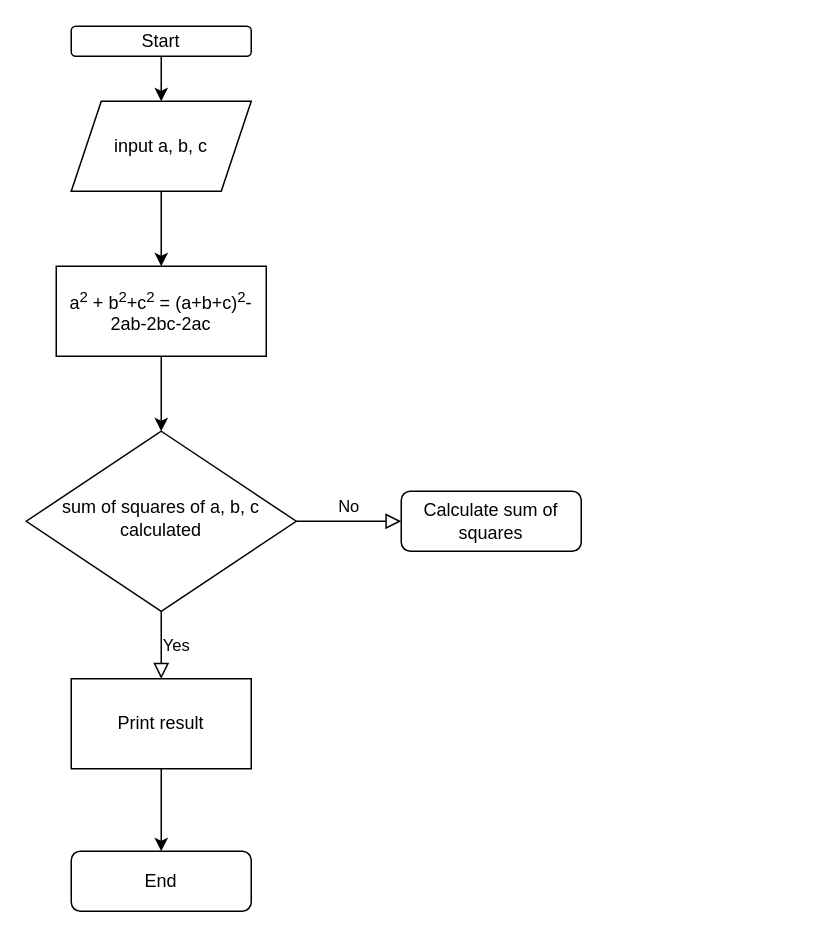
Before: Untitled Diagram.drawio in Jethropila/Jethropila, a draw.io diagram. Source tidied: cells renumbered, new cells numbered last; positions are measured from the earlier drawing's top-left corner, leaving out a move shared by most shapes. Both pictures are drawn from the tidied source at 150%, with x=0, y=0 at pixel (26, 26).
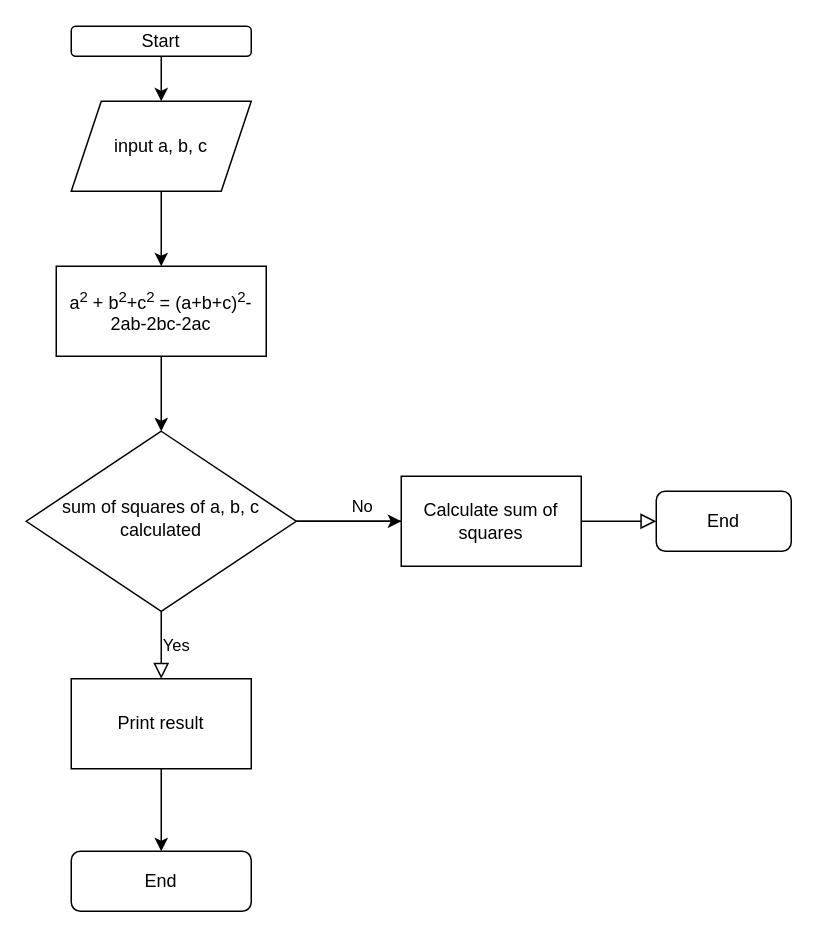
The same page after the edit.

Commit message:
Map your Mind

The edit, as a diff of the source:
```diff
@@
 <mxGraphModel>
   <root>
     <mxCell id="0" />
     <mxCell id="1" parent="0" />
     <mxCell id="2" style="edgeStyle=orthogonalEdgeStyle;rounded=0;jettySize=auto;html=1;" parent="1" edge="1" source="3" target="9">
       <mxGeometry relative="1" as="geometry" />
     </mxCell>
     <mxCell id="3" value="Start" style="rounded=1;whiteSpace=wrap;html=1;fontSize=12;glass=0;strokeWidth=1;shadow=0;" parent="1" vertex="1">
       <mxGeometry x="30" width="120" height="20" as="geometry" />
     </mxCell>
     <mxCell id="4" value="No" style="edgeStyle=orthogonalEdgeStyle;rounded=0;html=1;jettySize=auto;fontSize=11;endArrow=block;endFill=0;endSize=8;strokeWidth=1;shadow=0;labelBackgroundColor=none;" parent="1" edge="1" source="5" target="6">
-      <mxGeometry y="10" relative="1" as="geometry" />
+      <mxGeometry x="-0.63" y="10" relative="1" as="geometry" />
     </mxCell>
+    <mxCell id="15" style="edgeStyle=orthogonalEdgeStyle;rounded=0;jettySize=auto;html=1;" parent="1" edge="1" source="5" target="16">
+      <mxGeometry relative="1" as="geometry" />
+    </mxCell>
     <mxCell id="5" value="&lt;div&gt;sum of squares of a, b, c&lt;/div&gt;&lt;div&gt;calculated&lt;br&gt;&lt;/div&gt;" style="rhombus;whiteSpace=wrap;html=1;shadow=0;fontFamily=Helvetica;fontSize=12;align=center;strokeWidth=1;spacing=6;spacingTop=-4;" parent="1" vertex="1">
       <mxGeometry y="270" width="180" height="120" as="geometry" />
     </mxCell>
-    <mxCell id="6" value="Calculate sum of squares" style="rounded=1;whiteSpace=wrap;html=1;fontSize=12;glass=0;strokeWidth=1;shadow=0;" parent="1" vertex="1">
-      <mxGeometry x="250" y="310" width="120" height="40" as="geometry" />
+    <mxCell id="6" value="End" style="rounded=1;whiteSpace=wrap;html=1;fontSize=12;glass=0;strokeWidth=1;shadow=0;" parent="1" vertex="1">
+      <mxGeometry x="420" y="310" width="90" height="40" as="geometry" />
     </mxCell>
     <mxCell id="7" value="End" style="rounded=1;whiteSpace=wrap;html=1;fontSize=12;glass=0;strokeWidth=1;shadow=0;" parent="1" vertex="1">
       <mxGeometry x="30" y="550" width="120" height="40" as="geometry" />
     </mxCell>
     <mxCell id="8" style="edgeStyle=orthogonalEdgeStyle;rounded=0;jettySize=auto;html=1;" parent="1" edge="1" source="9" target="11">
       <mxGeometry relative="1" as="geometry" />
     </mxCell>
     <mxCell id="9" value="input a, b, c" style="shape=parallelogram;perimeter=parallelogramPerimeter;whiteSpace=wrap;html=1;fixedSize=1;" parent="1" vertex="1">
       <mxGeometry x="30" y="50" width="120" height="60" as="geometry" />
     </mxCell>
     <mxCell id="10" style="edgeStyle=orthogonalEdgeStyle;rounded=0;jettySize=auto;html=1;" parent="1" edge="1" source="11" target="5">
       <mxGeometry relative="1" as="geometry" />
     </mxCell>
     <mxCell id="11" value="&lt;p&gt;a&lt;sup&gt;2&lt;/sup&gt; + b&lt;sup&gt;2&lt;/sup&gt;+c&lt;sup&gt;2&lt;/sup&gt; = (a+b+c)&lt;sup&gt;2&lt;/sup&gt;-2ab-2bc-2ac&lt;br&gt;&lt;/p&gt;" style="rounded=0;whiteSpace=wrap;html=1;" parent="1" vertex="1">
       <mxGeometry x="20" y="160" width="140" height="60" as="geometry" />
     </mxCell>
     <mxCell id="12" style="edgeStyle=orthogonalEdgeStyle;rounded=0;jettySize=auto;html=1;" parent="1" edge="1" source="13" target="7">
       <mxGeometry relative="1" as="geometry" />
     </mxCell>
     <mxCell id="13" value="Print result" style="rounded=0;whiteSpace=wrap;html=1;" parent="1" vertex="1">
       <mxGeometry x="30" y="435" width="120" height="60" as="geometry" />
     </mxCell>
     <mxCell id="14" value="Yes" style="edgeStyle=orthogonalEdgeStyle;rounded=0;html=1;jettySize=auto;fontSize=11;endArrow=block;endFill=0;endSize=8;strokeWidth=1;shadow=0;labelBackgroundColor=none;entryX=0.5;entryY=0;entryDx=0;entryDy=0;exitX=0.5;exitY=1;exitDx=0;exitDy=0;" parent="1" edge="1" source="5" target="13">
       <mxGeometry y="10" relative="1" as="geometry" />
     </mxCell>
+    <mxCell id="16" value="Calculate sum of squares" style="rounded=0;whiteSpace=wrap;html=1;" parent="1" vertex="1">
+      <mxGeometry x="250" y="300" width="120" height="60" as="geometry" />
+    </mxCell>
   </root>
 </mxGraphModel>
```
